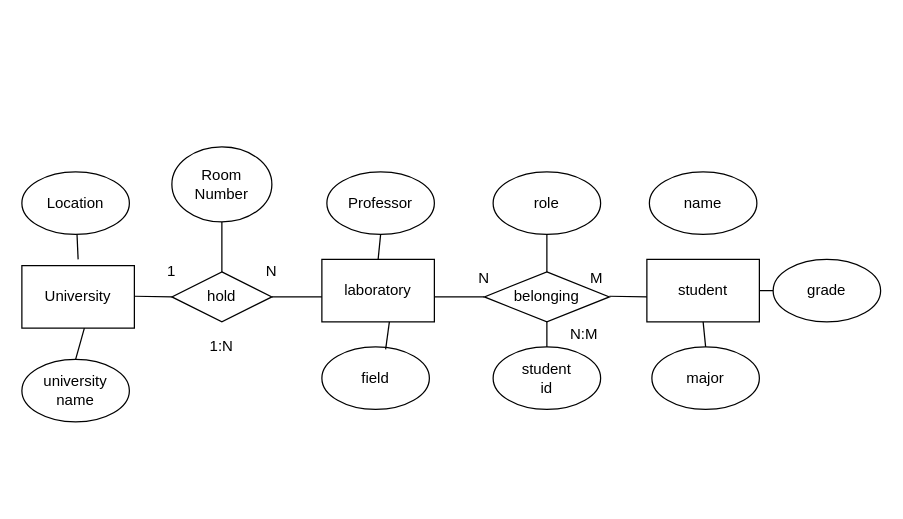
Earlier version of the draw.io diagram Untitled Diagram.drawio (s19514tt/Progress). Source tidied: cells renumbered, new cells numbered last; positions are measured from the earlier drawing's top-left corner, leaving out a move shared by most shapes. Both pictures are drawn from the tidied source at 125%, with x=0, y=0 at pixel (21, 146).
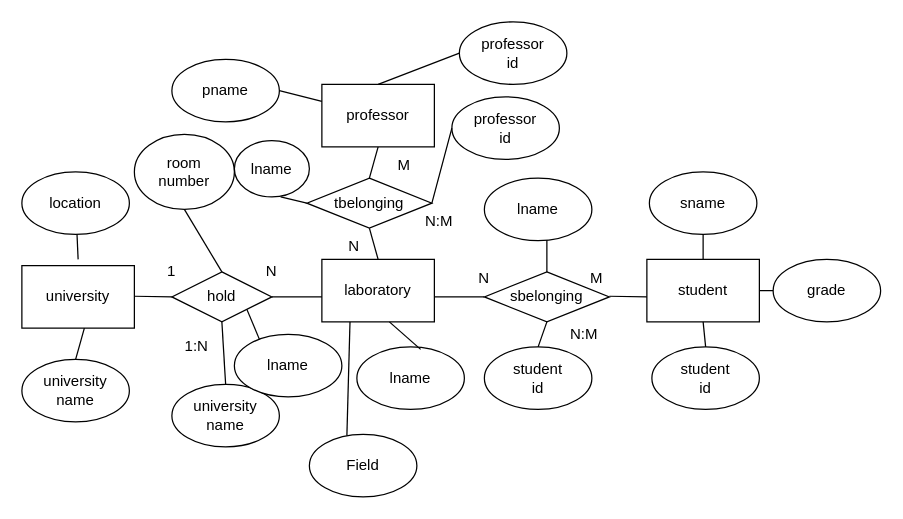
The same page after the edit.

Unchanged cells that the change refers to:
```xml
<mxCell id="2" value="laboratory" style="rounded=0;whiteSpace=wrap;html=1;" parent="1" vertex="1">
  <mxGeometry x="240" y="90" width="90" height="50" as="geometry" />
</mxCell>
<mxCell id="5" value="hold" style="rhombus;whiteSpace=wrap;html=1;" parent="1" vertex="1">
  <mxGeometry x="120" y="100" width="80" height="40" as="geometry" />
</mxCell>
<mxCell id="7" value="student" style="rounded=0;whiteSpace=wrap;html=1;" parent="1" vertex="1">
  <mxGeometry x="500" y="90" width="90" height="50" as="geometry" />
</mxCell>
```

What changed in the source:
```diff
@@
-    <mxCell id="6" value="belonging" style="rhombus;whiteSpace=wrap;html=1;" parent="1" vertex="1">
+    <mxCell id="6" value="sbelonging" style="rhombus;whiteSpace=wrap;html=1;" parent="1" vertex="1">
       <mxGeometry x="370" y="100" width="100" height="40" as="geometry" />
     </mxCell>
@@
-    <mxCell id="9" value="University" style="rounded=0;whiteSpace=wrap;html=1;" parent="1" vertex="1">
+    <mxCell id="9" value="university" style="rounded=0;whiteSpace=wrap;html=1;" parent="1" vertex="1">
       <mxGeometry y="95" width="90" height="50" as="geometry" />
     </mxCell>
@@
-    <mxCell id="11" value="Room Number" style="ellipse;whiteSpace=wrap;html=1;" parent="1" vertex="1">
-      <mxGeometry x="120" width="80" height="60" as="geometry" />
+    <mxCell id="11" value="room&lt;br&gt;number" style="ellipse;whiteSpace=wrap;html=1;" parent="1" vertex="1">
+      <mxGeometry x="90" y="-10" width="80" height="60" as="geometry" />
     </mxCell>
@@
-    <mxCell id="13" value="Location" style="ellipse;whiteSpace=wrap;html=1;" parent="1" vertex="1">
+    <mxCell id="13" value="location" style="ellipse;whiteSpace=wrap;html=1;" parent="1" vertex="1">
       <mxGeometry y="20" width="86" height="50" as="geometry" />
     </mxCell>
-    <mxCell id="14" value="Professor" style="ellipse;whiteSpace=wrap;html=1;" parent="1" vertex="1">
-      <mxGeometry x="244" y="20" width="86" height="50" as="geometry" />
-    </mxCell>
-    <mxCell id="15" value="name" style="ellipse;whiteSpace=wrap;html=1;" parent="1" vertex="1">
+    <mxCell id="15" value="sname" style="ellipse;whiteSpace=wrap;html=1;" parent="1" vertex="1">
       <mxGeometry x="502" y="20" width="86" height="50" as="geometry" />
     </mxCell>
-    <mxCell id="16" value="role" style="ellipse;whiteSpace=wrap;html=1;" parent="1" vertex="1">
-      <mxGeometry x="377" y="20" width="86" height="50" as="geometry" />
-    </mxCell>
     <mxCell id="17" value="student&lt;br&gt;id" style="ellipse;whiteSpace=wrap;html=1;" parent="1" vertex="1">
-      <mxGeometry x="377" y="160" width="86" height="50" as="geometry" />
+      <mxGeometry x="370" y="160" width="86" height="50" as="geometry" />
     </mxCell>
-    <mxCell id="18" value="field" style="ellipse;whiteSpace=wrap;html=1;" parent="1" vertex="1">
-      <mxGeometry x="240" y="160" width="86" height="50" as="geometry" />
+    <mxCell id="18" value="lname" style="ellipse;whiteSpace=wrap;html=1;" parent="1" vertex="1">
+      <mxGeometry x="268" y="160" width="86" height="50" as="geometry" />
     </mxCell>
-    <mxCell id="19" value="major" style="ellipse;whiteSpace=wrap;html=1;" parent="1" vertex="1">
+    <mxCell id="19" value="student&lt;br&gt;id" style="ellipse;whiteSpace=wrap;html=1;" parent="1" vertex="1">
       <mxGeometry x="504" y="160" width="86" height="50" as="geometry" />
     </mxCell>
@@
-    <mxCell id="26" style="endArrow=none;html=1;entryX=0.5;entryY=1;entryDx=0;entryDy=0;exitX=0.5;exitY=0;exitDx=0;exitDy=0;" parent="1" edge="1" source="2" target="14">
+    <mxCell id="26" style="endArrow=none;html=1;entryX=0.5;entryY=1;entryDx=0;entryDy=0;exitX=0.5;exitY=0;exitDx=0;exitDy=0;" parent="1" edge="1" source="2" target="37">
       <mxGeometry relative="1" as="geometry" />
     </mxCell>
-    <mxCell id="27" style="endArrow=none;html=1;entryX=0.5;entryY=1;entryDx=0;entryDy=0;exitX=0.5;exitY=0;exitDx=0;exitDy=0;" parent="1" edge="1" source="6" target="16">
-      <mxGeometry relative="1" as="geometry" />
+    <mxCell id="27" style="endArrow=none;html=1;entryX=0.5;entryY=1;entryDx=0;entryDy=0;exitX=0.5;exitY=0;exitDx=0;exitDy=0;" parent="1" edge="1" source="6">
+      <mxGeometry relative="1" as="geometry">
+        <mxPoint x="420" y="70" as="targetPoint" />
+      </mxGeometry>
     </mxCell>
@@
     <mxCell id="30" value="1:N" style="text;html=1;strokeColor=none;fillColor=none;align=center;verticalAlign=middle;whiteSpace=wrap;rounded=0;" parent="1" vertex="1">
-      <mxGeometry x="140" y="150" width="40" height="20" as="geometry" />
+      <mxGeometry x="120" y="150" width="40" height="20" as="geometry" />
     </mxCell>
@@
+    <mxCell id="36" style="endArrow=none;html=1;entryX=0.5;entryY=1;entryDx=0;entryDy=0;exitX=0.5;exitY=0;exitDx=0;exitDy=0;" parent="1" edge="1" source="7" target="15">
+      <mxGeometry relative="1" as="geometry" />
+    </mxCell>
+    <mxCell id="37" value="tbelonging" style="rhombus;whiteSpace=wrap;html=1;" parent="1" vertex="1">
+      <mxGeometry x="228" y="25" width="100" height="40" as="geometry" />
+    </mxCell>
+    <mxCell id="38" style="endArrow=none;html=1;entryX=0.5;entryY=1;entryDx=0;entryDy=0;exitX=0.5;exitY=0;exitDx=0;exitDy=0;" parent="1" edge="1" source="37">
+      <mxGeometry relative="1" as="geometry">
+        <mxPoint x="285" as="targetPoint" />
+      </mxGeometry>
+    </mxCell>
+    <mxCell id="39" value="pname" style="ellipse;whiteSpace=wrap;html=1;" parent="1" vertex="1">
+      <mxGeometry x="120" y="-70" width="86" height="50" as="geometry" />
+    </mxCell>
+    <mxCell id="40" value="professor" style="rounded=0;whiteSpace=wrap;html=1;" parent="1" vertex="1">
+      <mxGeometry x="240" y="-50" width="90" height="50" as="geometry" />
+    </mxCell>
+    <mxCell id="41" style="endArrow=none;html=1;entryX=1;entryY=0.5;entryDx=0;entryDy=0;" parent="1" edge="1" source="40" target="39">
+      <mxGeometry relative="1" as="geometry" />
+    </mxCell>
+    <mxCell id="42" value="N:M" style="text;html=1;strokeColor=none;fillColor=none;align=center;verticalAlign=middle;whiteSpace=wrap;rounded=0;" parent="1" vertex="1">
+      <mxGeometry x="314" y="50" width="40" height="20" as="geometry" />
+    </mxCell>
+    <mxCell id="43" value="M" style="text;html=1;strokeColor=none;fillColor=none;align=center;verticalAlign=middle;whiteSpace=wrap;rounded=0;" parent="1" vertex="1">
+      <mxGeometry x="286" y="5" width="40" height="20" as="geometry" />
+    </mxCell>
+    <mxCell id="44" value="N" style="text;html=1;strokeColor=none;fillColor=none;align=center;verticalAlign=middle;whiteSpace=wrap;rounded=0;" parent="1" vertex="1">
+      <mxGeometry x="246" y="70" width="40" height="20" as="geometry" />
+    </mxCell>
+    <mxCell id="45" value="university&lt;br&gt;name" style="ellipse;whiteSpace=wrap;html=1;" parent="1" vertex="1">
+      <mxGeometry x="120" y="190" width="86" height="50" as="geometry" />
+    </mxCell>
+    <mxCell id="46" value="professor&lt;br&gt;id" style="ellipse;whiteSpace=wrap;html=1;" parent="1" vertex="1">
+      <mxGeometry x="350" y="-100" width="86" height="50" as="geometry" />
+    </mxCell>
+    <mxCell id="47" value="professor&lt;br&gt;id" style="ellipse;whiteSpace=wrap;html=1;" parent="1" vertex="1">
+      <mxGeometry x="344" y="-40" width="86" height="50" as="geometry" />
+    </mxCell>
+    <mxCell id="48" style="endArrow=none;html=1;entryX=0;entryY=0.5;entryDx=0;entryDy=0;exitX=0.5;exitY=0;exitDx=0;exitDy=0;" parent="1" edge="1" source="40" target="46">
+      <mxGeometry relative="1" as="geometry" />
+    </mxCell>
+    <mxCell id="49" style="endArrow=none;html=1;entryX=0;entryY=0.5;entryDx=0;entryDy=0;exitX=1;exitY=0.5;exitDx=0;exitDy=0;" parent="1" edge="1" source="37" target="47">
+      <mxGeometry relative="1" as="geometry" />
+    </mxCell>
+    <mxCell id="50" style="endArrow=none;html=1;entryX=0.5;entryY=1;entryDx=0;entryDy=0;exitX=0.5;exitY=0;exitDx=0;exitDy=0;" parent="1" edge="1" source="45" target="5">
+      <mxGeometry relative="1" as="geometry" />
+    </mxCell>
+    <mxCell id="51" value="lname" style="ellipse;whiteSpace=wrap;html=1;" parent="1" vertex="1">
+      <mxGeometry x="170" y="150" width="86" height="50" as="geometry" />
+    </mxCell>
+    <mxCell id="52" style="endArrow=none;html=1;entryX=1;entryY=1;entryDx=0;entryDy=0;exitX=0.233;exitY=0.08;exitDx=0;exitDy=0;exitPerimeter=0;" parent="1" edge="1" source="51" target="5">
+      <mxGeometry relative="1" as="geometry" />
+    </mxCell>
+    <mxCell id="53" value="lname" style="ellipse;whiteSpace=wrap;html=1;" parent="1" vertex="1">
+      <mxGeometry x="170" y="-5" width="60" height="45" as="geometry" />
+    </mxCell>
+    <mxCell id="54" style="endArrow=none;html=1;entryX=0.617;entryY=1;entryDx=0;entryDy=0;entryPerimeter=0;exitX=0;exitY=0.5;exitDx=0;exitDy=0;" parent="1" edge="1" source="37" target="53">
+      <mxGeometry relative="1" as="geometry" />
+    </mxCell>
+    <mxCell id="55" value="lname" style="ellipse;whiteSpace=wrap;html=1;" parent="1" vertex="1">
+      <mxGeometry x="370" y="25" width="86" height="50" as="geometry" />
+    </mxCell>
+    <mxCell id="56" value="Field" style="ellipse;whiteSpace=wrap;html=1;" parent="1" vertex="1">
+      <mxGeometry x="230" y="230" width="86" height="50" as="geometry" />
+    </mxCell>
+    <mxCell id="57" style="endArrow=none;html=1;exitX=0.349;exitY=0.02;exitDx=0;exitDy=0;exitPerimeter=0;entryX=0.25;entryY=1;entryDx=0;entryDy=0;" parent="1" edge="1" source="56" target="2">
+      <mxGeometry relative="1" as="geometry" />
+    </mxCell>
```
